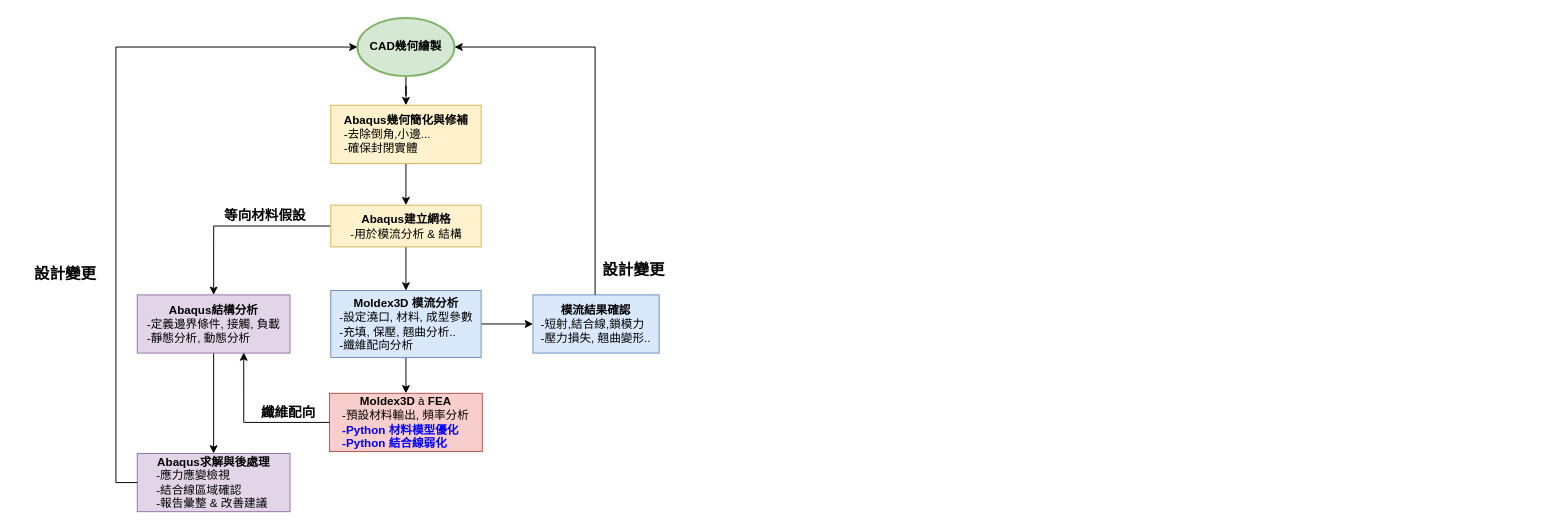
Above: Moldex3D_abaqus.drawio in TerryChan726/draw_io (draw.io), before the change. Source tidied: cells renumbered, new cells numbered last; positions are measured from the earlier drawing's top-left corner, leaving out a move shared by most shapes. Both pictures are drawn from the tidied source at 97%, with x=0, y=0 at pixel (16, 17).
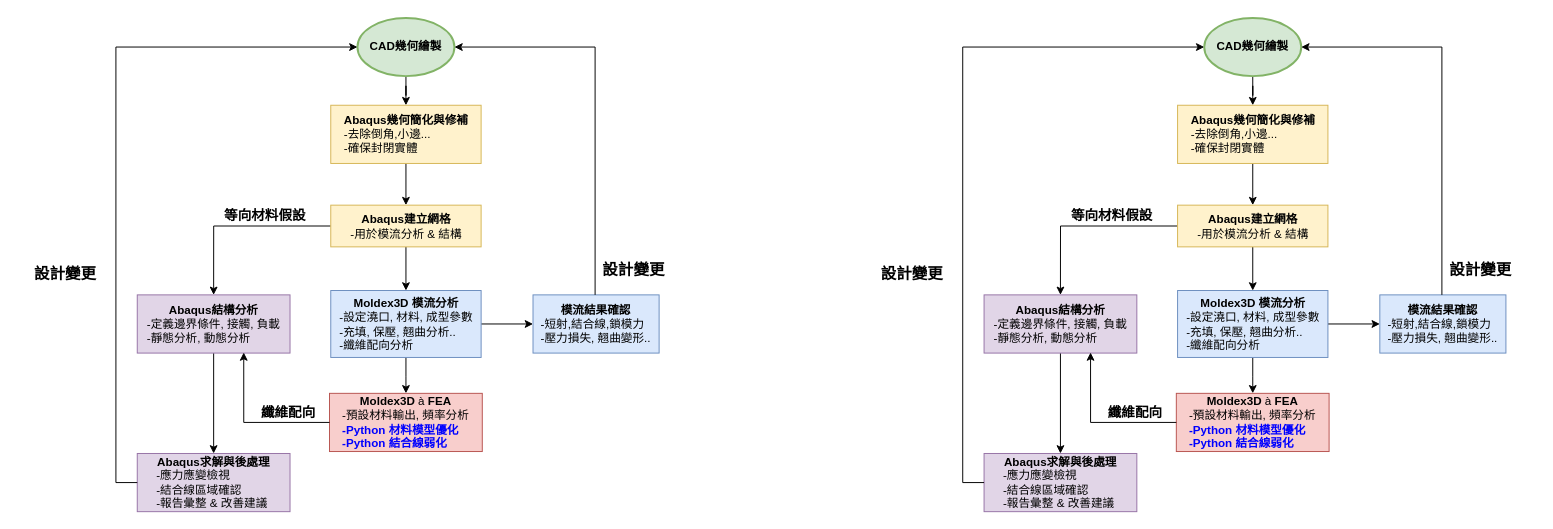
Above is the later version.

The edit, as a diff of the source:
```diff
@@
+    <mxCell id="24" style="edgeStyle=orthogonalEdgeStyle;rounded=0;jettySize=auto;html=1;" parent="1" edge="1" source="25" target="30">
+      <mxGeometry relative="1" as="geometry" />
+    </mxCell>
+    <mxCell id="25" value="&lt;b&gt;Abaqus幾何簡化與修補&lt;/b&gt;&lt;div&gt;&lt;div style=&quot;text-align: left;&quot;&gt;&lt;span style=&quot;background-color: transparent; color: light-dark(rgb(0, 0, 0), rgb(255, 255, 255));&quot;&gt;-去除倒角,小邊...&lt;/span&gt;&lt;/div&gt;&lt;/div&gt;&lt;div style=&quot;text-align: left;&quot;&gt;&lt;span style=&quot;background-color: transparent; color: light-dark(rgb(0, 0, 0), rgb(255, 255, 255));&quot;&gt;-確保封閉實體&lt;/span&gt;&lt;/div&gt;" style="rounded=0;whiteSpace=wrap;html=1;fillColor=#fff2cc;strokeColor=#d6b656;" parent="1" vertex="1">
+      <mxGeometry x="1196.5" y="90" width="155" height="60" as="geometry" />
+    </mxCell>
+    <mxCell id="26" style="edgeStyle=orthogonalEdgeStyle;rounded=0;jettySize=auto;html=1;" parent="1" edge="1" source="27" target="25">
+      <mxGeometry relative="1" as="geometry" />
+    </mxCell>
+    <mxCell id="27" value="&lt;b&gt;CAD幾何繪製&lt;/b&gt;" style="strokeWidth=2;html=1;shape=mxgraph.flowchart.start_1;whiteSpace=wrap;fillColor=#d5e8d4;strokeColor=#82b366;" parent="1" vertex="1">
+      <mxGeometry x="1224" width="100" height="60" as="geometry" />
+    </mxCell>
+    <mxCell id="28" style="edgeStyle=orthogonalEdgeStyle;rounded=0;jettySize=auto;html=1;" parent="1" edge="1" source="30" target="33">
+      <mxGeometry relative="1" as="geometry" />
+    </mxCell>
+    <mxCell id="29" style="edgeStyle=orthogonalEdgeStyle;rounded=0;jettySize=auto;html=1;exitX=0;exitY=0.5;exitDx=0;exitDy=0;entryX=0.5;entryY=0;entryDx=0;entryDy=0;" parent="1" edge="1" source="30" target="42">
+      <mxGeometry relative="1" as="geometry" />
+    </mxCell>
+    <mxCell id="30" value="&lt;div style=&quot;&quot;&gt;&lt;span style=&quot;background-color: transparent; color: light-dark(rgb(0, 0, 0), rgb(255, 255, 255));&quot;&gt;&lt;b&gt;Abaqus建立網格&lt;/b&gt;&lt;/span&gt;&lt;/div&gt;&lt;div&gt;&lt;div style=&quot;text-align: left;&quot;&gt;&lt;span style=&quot;background-color: transparent; color: light-dark(rgb(0, 0, 0), rgb(255, 255, 255));&quot;&gt;-用於模流分析 &amp;amp; 結構&lt;/span&gt;&lt;/div&gt;&lt;/div&gt;" style="rounded=0;whiteSpace=wrap;html=1;fillColor=#fff2cc;strokeColor=#d6b656;" parent="1" vertex="1">
+      <mxGeometry x="1196.5" y="193" width="155" height="43" as="geometry" />
+    </mxCell>
+    <mxCell id="31" style="edgeStyle=orthogonalEdgeStyle;rounded=0;jettySize=auto;html=1;" parent="1" edge="1" source="33" target="34">
+      <mxGeometry relative="1" as="geometry" />
+    </mxCell>
+    <mxCell id="32" style="edgeStyle=orthogonalEdgeStyle;rounded=0;jettySize=auto;html=1;" parent="1" edge="1" source="33" target="36">
+      <mxGeometry relative="1" as="geometry" />
+    </mxCell>
+    <mxCell id="33" value="&lt;div style=&quot;&quot;&gt;&lt;span style=&quot;background-color: transparent; color: light-dark(rgb(0, 0, 0), rgb(255, 255, 255));&quot;&gt;&lt;b&gt;Moldex3D 模流分析&lt;/b&gt;&lt;/span&gt;&lt;/div&gt;&lt;div style=&quot;text-align: left;&quot;&gt;-設定澆口, 材料, 成型參數&lt;/div&gt;&lt;div style=&quot;text-align: left;&quot;&gt;-充填, 保壓, 翹曲分析..&lt;/div&gt;&lt;div style=&quot;text-align: left;&quot;&gt;-纖維配向分析&lt;/div&gt;" style="rounded=0;whiteSpace=wrap;html=1;align=center;fillColor=#dae8fc;strokeColor=#6c8ebf;" parent="1" vertex="1">
+      <mxGeometry x="1196.5" y="281" width="155" height="69" as="geometry" />
+    </mxCell>
+    <mxCell id="34" value="&lt;div style=&quot;&quot;&gt;&lt;span style=&quot;background-color: transparent; color: light-dark(rgb(0, 0, 0), rgb(255, 255, 255));&quot;&gt;&lt;b&gt;Moldex3D&amp;nbsp;&lt;/b&gt;&lt;/span&gt;&lt;span style=&quot;font-family: Wingdings; background-color: transparent; color: light-dark(rgb(0, 0, 0), rgb(255, 255, 255));&quot;&gt;&lt;font&gt;à&lt;/font&gt;&lt;/span&gt;&lt;b style=&quot;background-color: transparent; color: light-dark(rgb(0, 0, 0), rgb(255, 255, 255));&quot;&gt;&amp;nbsp;FEA&lt;/b&gt;&lt;/div&gt;&lt;div style=&quot;text-align: left;&quot;&gt;-預設材料輸出, 頻率分析&lt;/div&gt;&lt;div style=&quot;text-align: left;&quot;&gt;&lt;span style=&quot;background-color: transparent;&quot;&gt;&lt;font style=&quot;color: rgb(0, 0, 255);&quot;&gt;&lt;b&gt;-Python 材料模型優化&lt;/b&gt;&lt;/font&gt;&lt;/span&gt;&lt;/div&gt;&lt;div style=&quot;text-align: left;&quot;&gt;&lt;font style=&quot;color: rgb(0, 0, 255);&quot;&gt;&lt;b&gt;-Python 結合線弱化&lt;/b&gt;&lt;/font&gt;&lt;/div&gt;" style="rounded=0;whiteSpace=wrap;html=1;align=center;fillColor=#f8cecc;strokeColor=#b85450;" parent="1" vertex="1">
+      <mxGeometry x="1195.2" y="387" width="157.5" height="60" as="geometry" />
+    </mxCell>
+    <mxCell id="35" value="&lt;div style=&quot;&quot;&gt;&lt;b&gt;Abaqus求解與後處理&lt;/b&gt;&lt;/div&gt;&lt;div style=&quot;text-align: left;&quot;&gt;-應力應變檢視&lt;/div&gt;&lt;div style=&quot;text-align: left;&quot;&gt;-結合線區域確認&lt;/div&gt;&lt;div style=&quot;text-align: left;&quot;&gt;-報告彙整 &amp;amp; 改善建議&amp;nbsp;&lt;/div&gt;" style="rounded=0;whiteSpace=wrap;html=1;align=center;fillColor=#e1d5e7;strokeColor=#9673a6;" parent="1" vertex="1">
+      <mxGeometry x="997" y="449" width="157.5" height="60" as="geometry" />
+    </mxCell>
+    <mxCell id="36" value="&lt;b&gt;模流結果確認&lt;/b&gt;&lt;div style=&quot;text-align: left;&quot;&gt;-短射,結合線,鎖模力&lt;/div&gt;&lt;div style=&quot;text-align: left;&quot;&gt;&lt;span style=&quot;background-color: transparent; color: light-dark(rgb(0, 0, 0), rgb(255, 255, 255));&quot;&gt;-壓力損失, 翹曲變形..&lt;/span&gt;&lt;/div&gt;" style="whiteSpace=wrap;html=1;rounded=0;fillColor=#dae8fc;strokeColor=#6c8ebf;" parent="1" vertex="1">
+      <mxGeometry x="1405" y="285.5" width="130" height="60" as="geometry" />
+    </mxCell>
+    <mxCell id="37" style="edgeStyle=orthogonalEdgeStyle;rounded=0;jettySize=auto;html=1;entryX=1;entryY=0.5;entryDx=0;entryDy=0;entryPerimeter=0;" parent="1" edge="1" source="36" target="27">
+      <mxGeometry relative="1" as="geometry">
+        <Array as="points">
+          <mxPoint x="1469" y="30" />
+        </Array>
+      </mxGeometry>
+    </mxCell>
+    <mxCell id="38" style="edgeStyle=orthogonalEdgeStyle;rounded=0;jettySize=auto;html=1;entryX=0;entryY=0.5;entryDx=0;entryDy=0;entryPerimeter=0;" parent="1" edge="1" source="35" target="27">
+      <mxGeometry relative="1" as="geometry">
+        <Array as="points">
+          <mxPoint x="975" y="479" />
+          <mxPoint x="975" y="30" />
+        </Array>
+      </mxGeometry>
+    </mxCell>
+    <mxCell id="39" value="&lt;b&gt;設計變更&lt;/b&gt;" style="text;html=1;align=center;verticalAlign=middle;whiteSpace=wrap;rounded=0;fontSize=16;" parent="1" vertex="1">
+      <mxGeometry x="1451" y="241.5" width="116" height="37" as="geometry" />
+    </mxCell>
+    <mxCell id="40" value="&lt;b&gt;設計變更&lt;/b&gt;" style="text;html=1;align=center;verticalAlign=middle;whiteSpace=wrap;rounded=0;fontSize=16;" parent="1" vertex="1">
+      <mxGeometry x="873" y="248.5" width="100" height="30" as="geometry" />
+    </mxCell>
+    <mxCell id="41" style="edgeStyle=orthogonalEdgeStyle;rounded=0;jettySize=auto;html=1;" parent="1" edge="1" source="42" target="35">
+      <mxGeometry relative="1" as="geometry" />
+    </mxCell>
+    <mxCell id="42" value="&lt;div style=&quot;&quot;&gt;&lt;b&gt;Abaqus結構分析&lt;/b&gt;&lt;/div&gt;&lt;div&gt;-定義邊界條件, 接觸, 負載&lt;/div&gt;&lt;div style=&quot;text-align: left;&quot;&gt;&lt;span style=&quot;background-color: transparent; color: light-dark(rgb(0, 0, 0), rgb(255, 255, 255));&quot;&gt;-靜態分析, 動態分析&lt;/span&gt;&lt;/div&gt;" style="rounded=0;whiteSpace=wrap;html=1;align=center;fillColor=#e1d5e7;strokeColor=#9673a6;" parent="1" vertex="1">
+      <mxGeometry x="997" y="285.5" width="157.5" height="60" as="geometry" />
+    </mxCell>
+    <mxCell id="43" style="edgeStyle=orthogonalEdgeStyle;rounded=0;jettySize=auto;html=1;exitX=0;exitY=0.5;exitDx=0;exitDy=0;entryX=0.697;entryY=0.99;entryDx=0;entryDy=0;entryPerimeter=0;" parent="1" edge="1" source="34" target="42">
+      <mxGeometry relative="1" as="geometry" />
+    </mxCell>
+    <mxCell id="44" value="&lt;b&gt;&lt;font style=&quot;font-size: 14px;&quot;&gt;等向材料假設&lt;/font&gt;&lt;/b&gt;" style="text;html=1;align=center;verticalAlign=middle;whiteSpace=wrap;rounded=0;fontSize=16;" parent="1" vertex="1">
+      <mxGeometry x="1071" y="184" width="116" height="37" as="geometry" />
+    </mxCell>
+    <mxCell id="45" value="&lt;b&gt;&lt;font style=&quot;font-size: 14px;&quot;&gt;纖維配向&lt;/font&gt;&lt;/b&gt;" style="text;html=1;align=center;verticalAlign=middle;whiteSpace=wrap;rounded=0;fontSize=16;" parent="1" vertex="1">
+      <mxGeometry x="1095" y="387" width="116" height="37" as="geometry" />
+    </mxCell>
```
